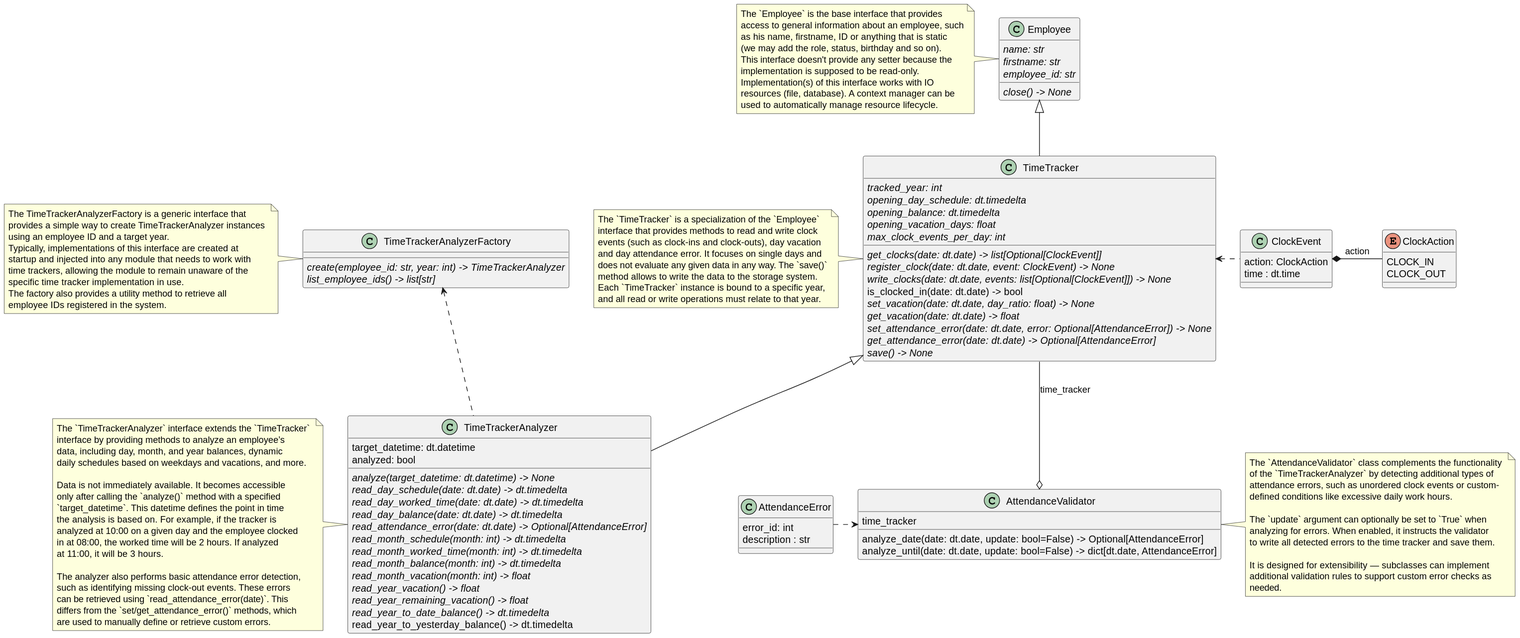
Mecacerf/TeamBridge keeps this PlantUML diagram as doc/time_tracker.svg. Above is the earlier version. Its diagram source:
```plantuml
@startuml
class "Employee" {
  {abstract}name: str
  {abstract}firstname: str
  {abstract}employee_id: str

  {abstract}close() -> None
}

note left
  The `Employee` is the base interface that provides
  access to general information about an employee, such
  as his name, firstname, ID or anything that is static
  (we may add the role, status, birthday and so on).
  This interface doesn't provide any setter because the
  implementation is supposed to be read-only.
  Implementation(s) of this interface works with IO
  resources (file, database). A context manager can be
  used to automatically manage resource lifecycle.
end note

class "TimeTracker" {
  {abstract}tracked_year: int
  {abstract}opening_day_schedule: dt.timedelta
  {abstract}opening_balance: dt.timedelta
  {abstract}opening_vacation_days: float
  {abstract}max_clock_events_per_day: int

  {abstract}get_clocks(date: dt.date) -> list[Optional[ClockEvent]]
  {abstract}register_clock(date: dt.date, event: ClockEvent) -> None
  {abstract}write_clocks(date: dt.date, events: list[Optional[ClockEvent]]) -> None
  is_clocked_in(date: dt.date) -> bool
  {abstract}set_vacation(date: dt.date, day_ratio: float) -> None
  {abstract}get_vacation(date: dt.date) -> float
  {abstract}set_attendance_error(date: dt.date, error: Optional[AttendanceError]) -> None
  {abstract}get_attendance_error(date: dt.date) -> Optional[AttendanceError]
  {abstract}save() -> None
}

note left
The `TimeTracker` is a specialization of the `Employee`
interface that provides methods to read and write clock
events (such as clock-ins and clock-outs), day vacation
and day attendance error. It focuses on single days and
does not evaluate any given data in any way. The `save()`
method allows to write the data to the storage system.
Each `TimeTracker` instance is bound to a specific year,
and all read or write operations must relate to that year.
end note

class "TimeTrackerAnalyzer" {
  target_datetime: dt.datetime
  analyzed: bool

  {abstract}analyze(target_datetime: dt.datetime) -> None
  {abstract}read_day_schedule(date: dt.date) -> dt.timedelta
  {abstract}read_day_worked_time(date: dt.date) -> dt.timedelta
  {abstract}read_day_balance(date: dt.date) -> dt.timedelta
  {abstract}read_attendance_error(date: dt.date) -> Optional[AttendanceError]
  {abstract}read_month_schedule(month: int) -> dt.timedelta
  {abstract}read_month_worked_time(month: int) -> dt.timedelta
  {abstract}read_month_balance(month: int) -> dt.timedelta
  {abstract}read_month_vacation(month: int) -> float
  {abstract}read_year_vacation() -> float
  {abstract}read_year_remaining_vacation() -> float
  {abstract}read_year_to_date_balance() -> dt.timedelta
  read_year_to_yesterday_balance() -> dt.timedelta
}

note left
The `TimeTrackerAnalyzer` interface extends the `TimeTracker`
interface by providing methods to analyze an employee’s
data, including day, month, and year balances, dynamic
daily schedules based on weekdays and vacations, and more.

Data is not immediately available. It becomes accessible
only after calling the `analyze()` method with a specified
`target_datetime`. This datetime defines the point in time
the analysis is based on. For example, if the tracker is
analyzed at 10:00 on a given day and the employee clocked
in at 08:00, the worked time will be 2 hours. If analyzed
at 11:00, it will be 3 hours.

The analyzer also performs basic attendance error detection,
such as identifying missing clock-out events. These errors
can be retrieved using `read_attendance_error(date)`. This
differs from the `set/get_attendance_error()` methods, which
are used to manually define or retrieve custom errors.
end note

Employee <|-- TimeTracker
TimeTracker <|-- TimeTrackerAnalyzer

enum "ClockAction" {
  CLOCK_IN
  CLOCK_OUT
}

class "ClockEvent" {
  action: ClockAction
  time : dt.time
}

ClockEvent .l.> TimeTracker
ClockAction -l* ClockEvent : action

class "AttendanceError" {
  error_id: int
  description : str
}

class "AttendanceValidator" {
  time_tracker
  analyze_date(date: dt.date, update: bool=False) -> Optional[AttendanceError]
  analyze_until(date: dt.date, update: bool=False) -> dict[dt.date, AttendanceError]
}

note right
  The `AttendanceValidator` class complements the functionality
  of the `TimeTrackerAnalyzer` by detecting additional types of
  attendance errors, such as unordered clock events or custom-
  defined conditions like excessive daily work hours.

  The `update` argument can optionally be set to `True` when
  analyzing for errors. When enabled, it instructs the validator
  to write all detected errors to the time tracker and save them.

  It is designed for extensibility — subclasses can implement
  additional validation rules to support custom error checks as
  needed.
end note

TimeTracker --o AttendanceValidator : time_tracker
AttendanceError .> AttendanceValidator

class "TimeTrackerAnalyzerFactory" {
  {abstract}create(employee_id: str, year: int) -> TimeTrackerAnalyzer
  {abstract}list_employee_ids() -> list[str]
}

note left
  The TimeTrackerAnalyzerFactory is a generic interface that
  provides a simple way to create TimeTrackerAnalyzer instances
  using an employee ID and a target year.
  Typically, implementations of this interface are created at
  startup and injected into any module that needs to work with
  time trackers, allowing the module to remain unaware of the
  specific time tracker implementation in use.
  The factory also provides a utility method to retrieve all
  employee IDs registered in the system.
end note

TimeTrackerAnalyzerFactory <.. TimeTrackerAnalyzer
@enduml
```
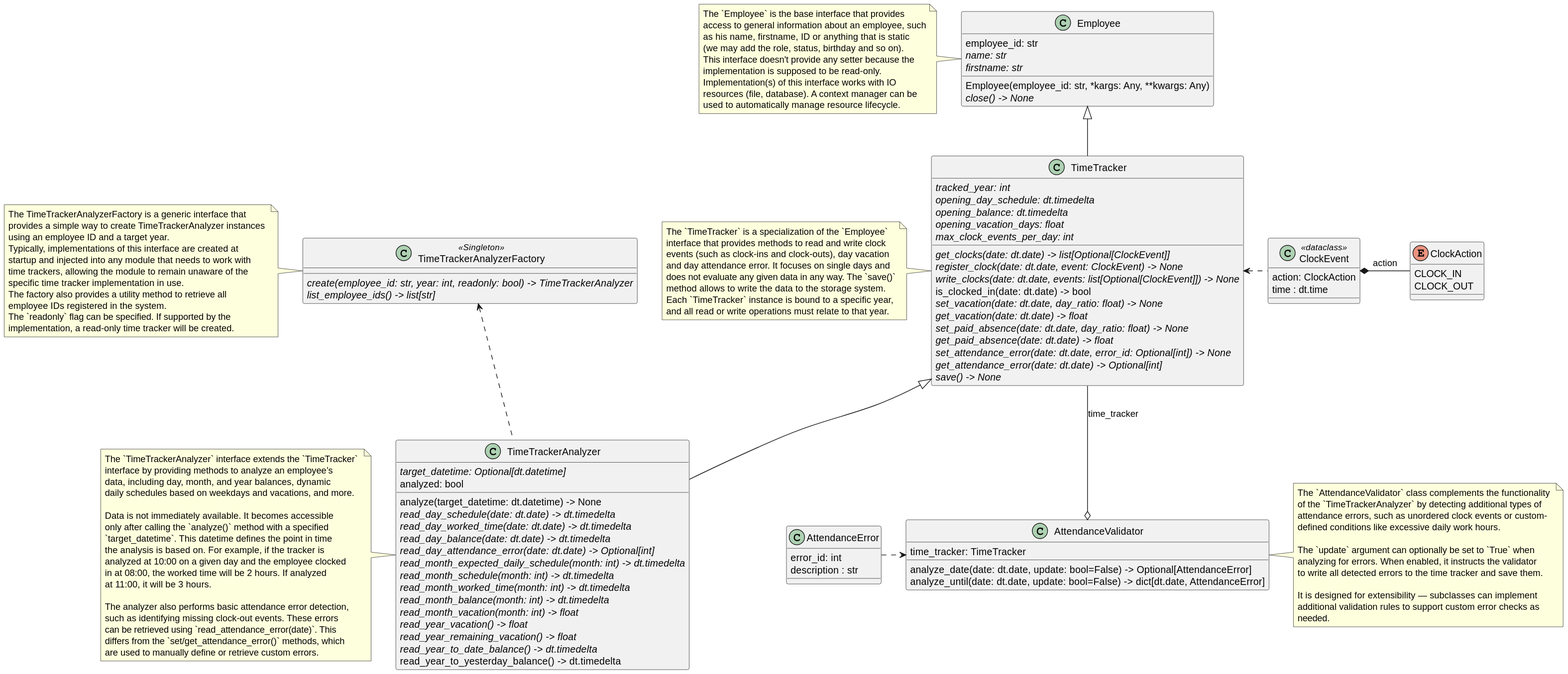
Above is the later version.

Commit message:
feat: add set/get paid absence to time tracker

Diff of the diagram source:
```diff
@@ -1,9 +1,10 @@
 @startuml
 class "Employee" {
+  employee_id: str
   {abstract}name: str
   {abstract}firstname: str
-  {abstract}employee_id: str
 
+  Employee(employee_id: str, *kargs: Any, **kwargs: Any)
   {abstract}close() -> None
 }
 
@@ -32,8 +33,10 @@
   is_clocked_in(date: dt.date) -> bool
   {abstract}set_vacation(date: dt.date, day_ratio: float) -> None
   {abstract}get_vacation(date: dt.date) -> float
-  {abstract}set_attendance_error(date: dt.date, error: Optional[AttendanceError]) -> None
-  {abstract}get_attendance_error(date: dt.date) -> Optional[AttendanceError]
+  {abstract}set_paid_absence(date: dt.date, day_ratio: float) -> None
+  {abstract}get_paid_absence(date: dt.date) -> float
+  {abstract}set_attendance_error(date: dt.date, error_id: Optional[int]) -> None
+  {abstract}get_attendance_error(date: dt.date) -> Optional[int]
   {abstract}save() -> None
 }
 
@@ -49,14 +52,15 @@
 end note
 
 class "TimeTrackerAnalyzer" {
-  target_datetime: dt.datetime
+  {abstract}target_datetime: Optional[dt.datetime]
   analyzed: bool
 
-  {abstract}analyze(target_datetime: dt.datetime) -> None
+  analyze(target_datetime: dt.datetime) -> None
   {abstract}read_day_schedule(date: dt.date) -> dt.timedelta
   {abstract}read_day_worked_time(date: dt.date) -> dt.timedelta
   {abstract}read_day_balance(date: dt.date) -> dt.timedelta
-  {abstract}read_attendance_error(date: dt.date) -> Optional[AttendanceError]
+  {abstract}read_day_attendance_error(date: dt.date) -> Optional[int]
+  {abstract}read_month_expected_daily_schedule(month: int) -> dt.timedelta
   {abstract}read_month_schedule(month: int) -> dt.timedelta
   {abstract}read_month_worked_time(month: int) -> dt.timedelta
   {abstract}read_month_balance(month: int) -> dt.timedelta
@@ -96,7 +100,7 @@
   CLOCK_OUT
 }
 
-class "ClockEvent" {
+class "ClockEvent" <<dataclass>> {
   action: ClockAction
   time : dt.time
 }
@@ -110,7 +114,7 @@
 }
 
 class "AttendanceValidator" {
-  time_tracker
+  time_tracker: TimeTracker
   analyze_date(date: dt.date, update: bool=False) -> Optional[AttendanceError]
   analyze_until(date: dt.date, update: bool=False) -> dict[dt.date, AttendanceError]
 }
@@ -133,8 +137,8 @@
 TimeTracker --o AttendanceValidator : time_tracker
 AttendanceError .> AttendanceValidator
 
-class "TimeTrackerAnalyzerFactory" {
-  {abstract}create(employee_id: str, year: int) -> TimeTrackerAnalyzer
+class "TimeTrackerAnalyzerFactory" <<Singleton>> {
+  {abstract}create(employee_id: str, year: int, readonly: bool) -> TimeTrackerAnalyzer
   {abstract}list_employee_ids() -> list[str]
 }
 
@@ -148,6 +152,8 @@
   specific time tracker implementation in use.
   The factory also provides a utility method to retrieve all
   employee IDs registered in the system.
+  The `readonly` flag can be specified. If supported by the
+  implementation, a read-only time tracker will be created.
 end note
 
 TimeTrackerAnalyzerFactory <.. TimeTrackerAnalyzer
```
